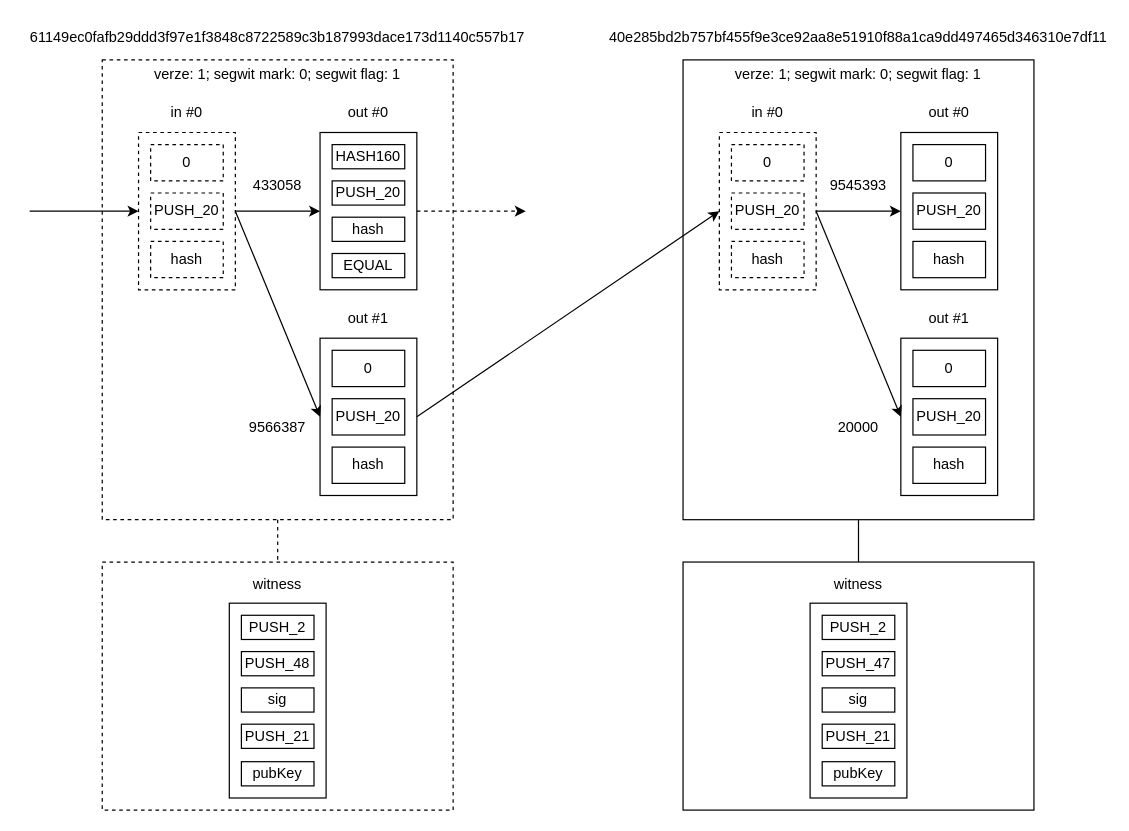
The draw.io diagram diagram/txs.drawio in iWarpBTC/iWarpBTC.github.io, before the edit. Source tidied: cells renumbered, new cells numbered last; positions are measured from the earlier drawing's top-left corner, leaving out a move shared by most shapes. Both pictures are drawn from the tidied source at 121%, with x=0, y=0 at pixel (29, 21).
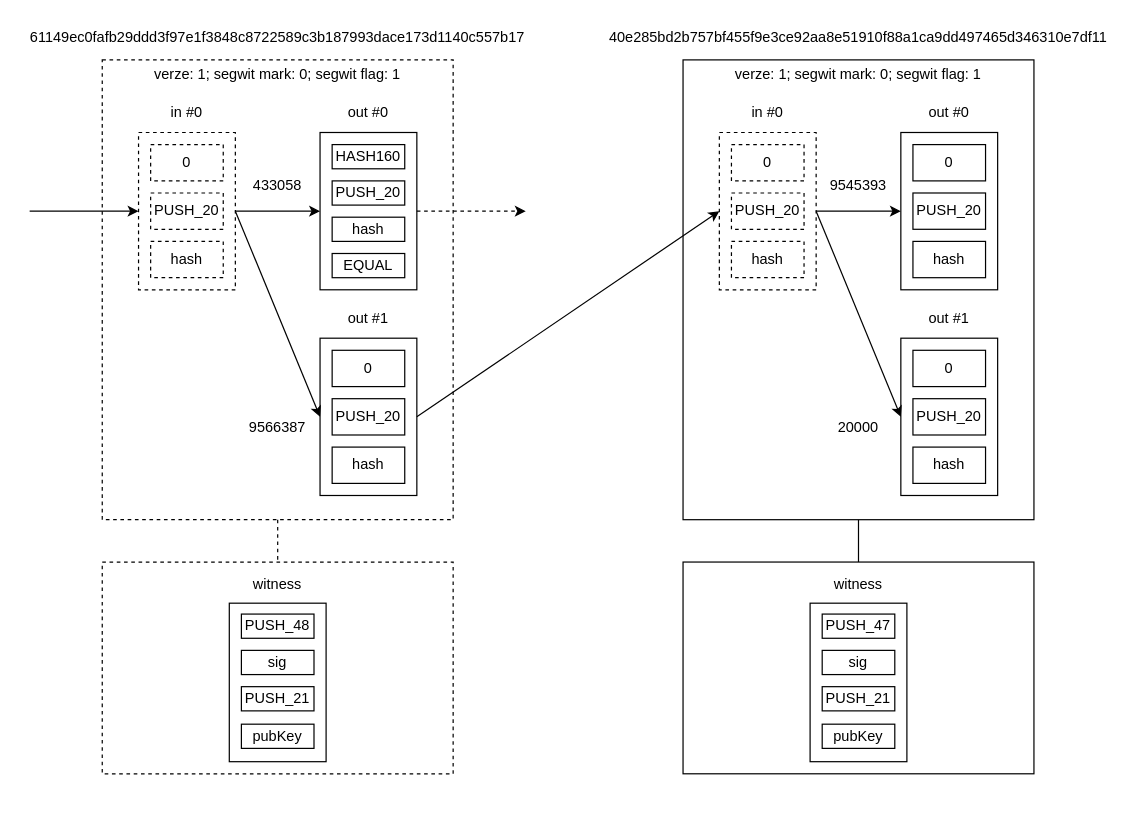
After the change.

Commit message (it also covers changes not shown here):
txs img fix

Change to the diagram source:
```diff
@@
     <mxCell id="53" style="rounded=0;whiteSpace=wrap;html=1;fillColor=#ffffff;align=center;dashed=1;" parent="1" vertex="1">
-      <mxGeometry x="60" y="447" width="290" height="205" as="geometry" />
+      <mxGeometry x="60" y="447" width="290" height="175" as="geometry" />
     </mxCell>
@@
     <mxCell id="55" style="rounded=0;whiteSpace=wrap;html=1;align=center;" parent="1" vertex="1">
-      <mxGeometry x="165" y="481" width="80" height="161" as="geometry" />
+      <mxGeometry x="165" y="481" width="80" height="131" as="geometry" />
     </mxCell>
-    <mxCell id="56" value="PUSH_2" style="rounded=0;whiteSpace=wrap;html=1;align=center;" parent="1" vertex="1">
-      <mxGeometry x="175" y="491" width="60" height="20" as="geometry" />
-    </mxCell>
     <mxCell id="57" value="&lt;div&gt;PUSH_48&lt;/div&gt;" style="rounded=0;whiteSpace=wrap;html=1;align=center;" parent="1" vertex="1">
-      <mxGeometry x="175" y="521" width="60" height="20" as="geometry" />
+      <mxGeometry x="175" y="490" width="60" height="20" as="geometry" />
     </mxCell>
     <mxCell id="58" value="sig" style="rounded=0;whiteSpace=wrap;html=1;align=center;" parent="1" vertex="1">
-      <mxGeometry x="175" y="551" width="60" height="20" as="geometry" />
+      <mxGeometry x="175" y="520" width="60" height="20" as="geometry" />
     </mxCell>
     <mxCell id="59" value="PUSH_21" style="rounded=0;whiteSpace=wrap;html=1;align=center;" parent="1" vertex="1">
-      <mxGeometry x="175" y="581" width="60" height="20" as="geometry" />
+      <mxGeometry x="175" y="550" width="60" height="20" as="geometry" />
     </mxCell>
     <mxCell id="60" value="pubKey" style="rounded=0;whiteSpace=wrap;html=1;align=center;" parent="1" vertex="1">
-      <mxGeometry x="175" y="612" width="60" height="20" as="geometry" />
+      <mxGeometry x="175" y="581" width="60" height="20" as="geometry" />
     </mxCell>
     <mxCell id="61" style="rounded=0;whiteSpace=wrap;html=1;fillColor=#ffffff;align=center;" parent="1" vertex="1">
-      <mxGeometry x="540" y="447" width="290" height="205" as="geometry" />
+      <mxGeometry x="540" y="447" width="290" height="175" as="geometry" />
     </mxCell>
@@
     <mxCell id="63" style="rounded=0;whiteSpace=wrap;html=1;align=center;" parent="1" vertex="1">
-      <mxGeometry x="645" y="481" width="80" height="161" as="geometry" />
+      <mxGeometry x="645" y="481" width="80" height="131" as="geometry" />
     </mxCell>
-    <mxCell id="64" value="PUSH_2" style="rounded=0;whiteSpace=wrap;html=1;align=center;" parent="1" vertex="1">
-      <mxGeometry x="655" y="491" width="60" height="20" as="geometry" />
-    </mxCell>
     <mxCell id="65" value="&lt;div&gt;PUSH_47&lt;/div&gt;" style="rounded=0;whiteSpace=wrap;html=1;align=center;" parent="1" vertex="1">
-      <mxGeometry x="655" y="521" width="60" height="20" as="geometry" />
+      <mxGeometry x="655" y="490" width="60" height="20" as="geometry" />
     </mxCell>
     <mxCell id="66" value="sig" style="rounded=0;whiteSpace=wrap;html=1;align=center;" parent="1" vertex="1">
-      <mxGeometry x="655" y="551" width="60" height="20" as="geometry" />
+      <mxGeometry x="655" y="520" width="60" height="20" as="geometry" />
     </mxCell>
     <mxCell id="67" value="PUSH_21" style="rounded=0;whiteSpace=wrap;html=1;align=center;" parent="1" vertex="1">
-      <mxGeometry x="655" y="581" width="60" height="20" as="geometry" />
+      <mxGeometry x="655" y="550" width="60" height="20" as="geometry" />
     </mxCell>
     <mxCell id="68" value="pubKey" style="rounded=0;whiteSpace=wrap;html=1;align=center;" parent="1" vertex="1">
-      <mxGeometry x="655" y="612" width="60" height="20" as="geometry" />
+      <mxGeometry x="655" y="581" width="60" height="20" as="geometry" />
     </mxCell>
```
